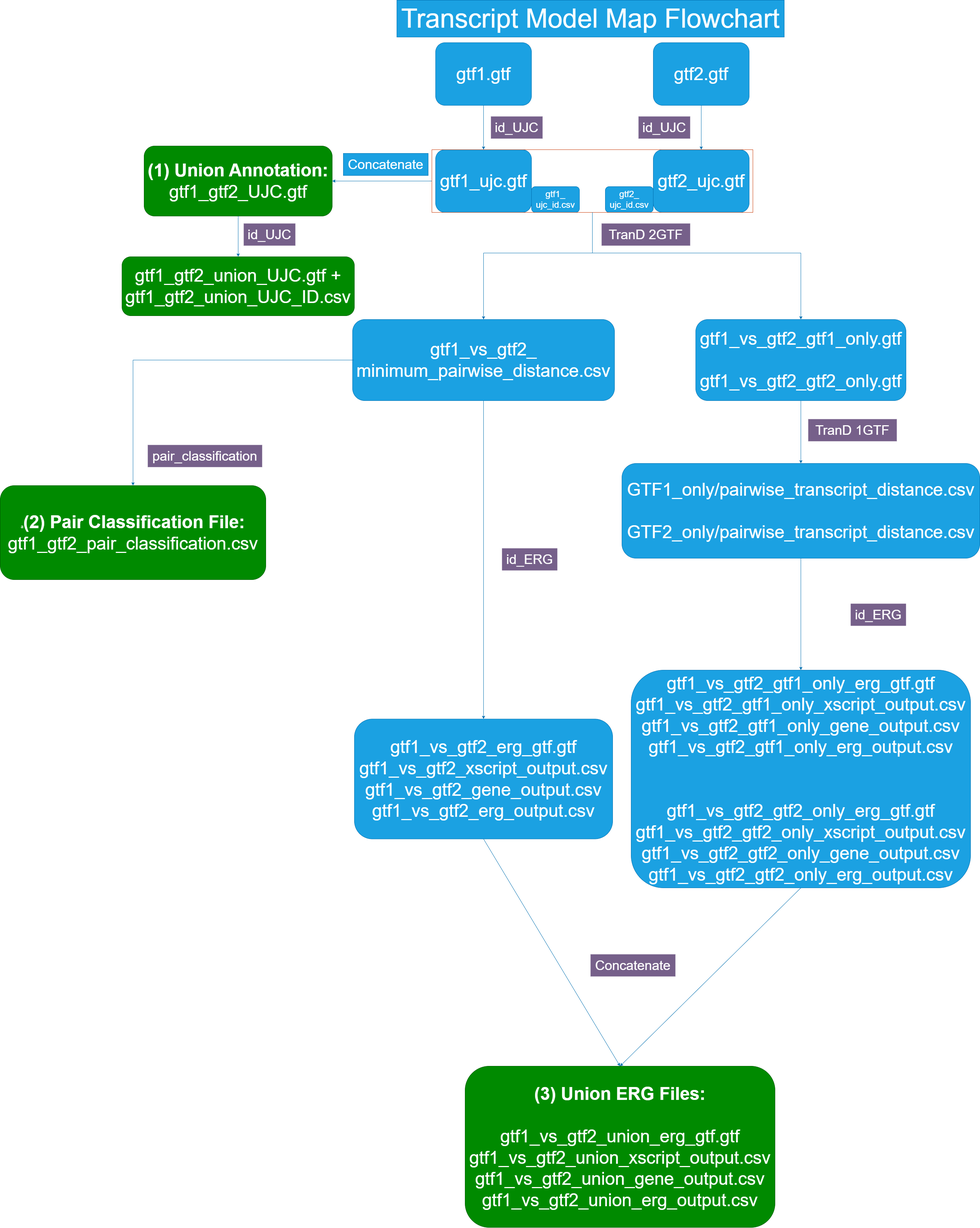
Above: docs/TMM_flowchart.png in McIntyre-Lab/TranD (draw.io), before the change. Source tidied: cells renumbered, new cells last; positions are measured from the earlier drawing's top-left corner, leaving out a move shared by most shapes.
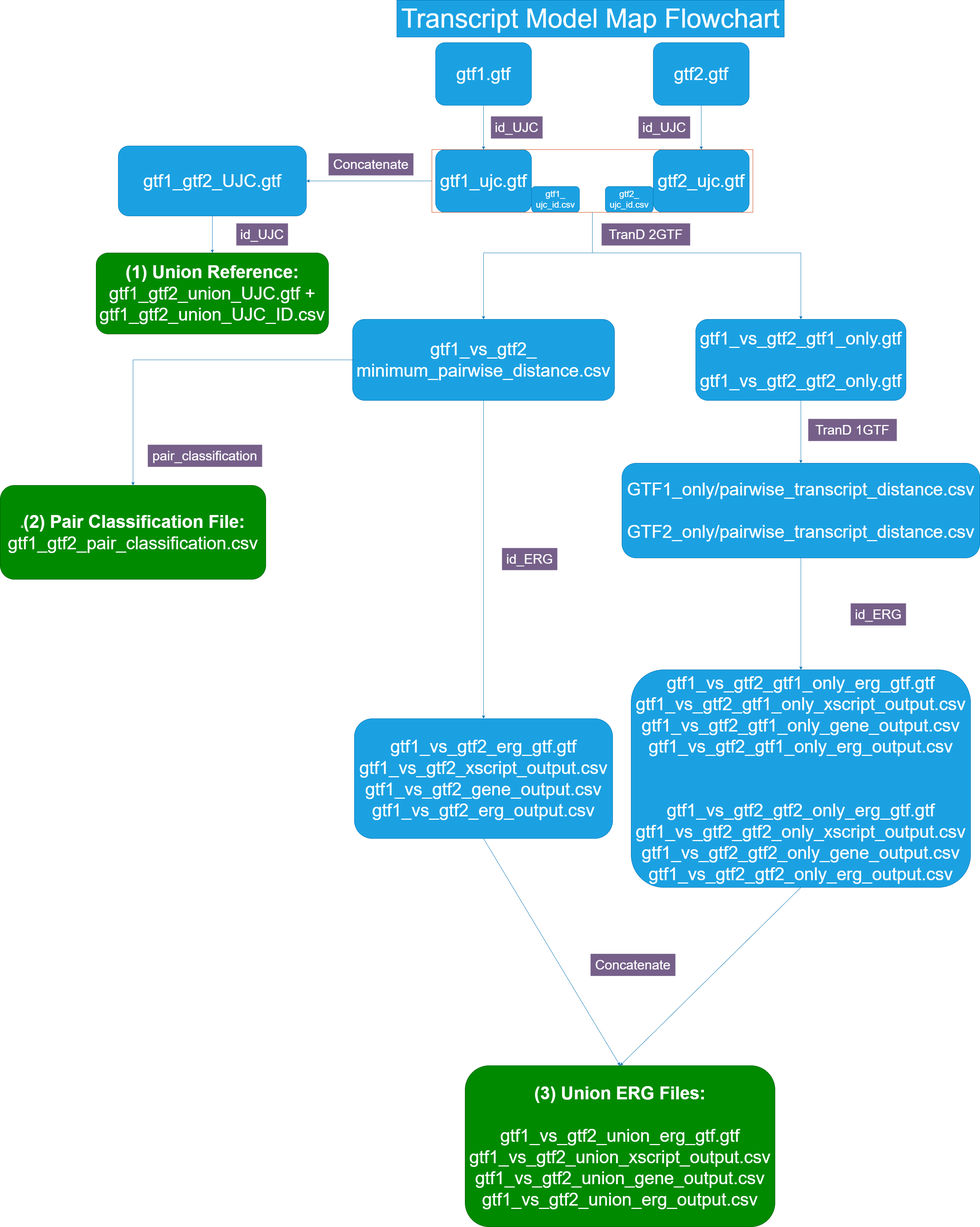
Later version of the same file.

Commit message:
update flowchart, change terminology from union_annotation to union_reference

Diff of the diagram source:
```diff
@@ -41,20 +41,20 @@
     <mxCell id="14" style="endArrow=classic;html=1;rounded=0;exitX=0;exitY=0.5;exitDx=0;exitDy=0;entryX=1;entryY=0.5;entryDx=0;entryDy=0;fillColor=#1ba1e2;strokeColor=#006EAF;" parent="1" edge="1" source="13" target="16">
       <mxGeometry relative="1" as="geometry" />
     </mxCell>
-    <mxCell id="15" value="&lt;font style=&quot;font-size: 36px;&quot;&gt;Concatenate&lt;br&gt;&lt;/font&gt;" style="text;html=1;strokeColor=#006EAF;fillColor=#1ba1e2;align=center;verticalAlign=middle;whiteSpace=wrap;rounded=0;fontColor=#ffffff;" parent="1" vertex="1">
-      <mxGeometry x="930" y="415" width="230" height="60" as="geometry" />
+    <mxCell id="15" value="&lt;font style=&quot;font-size: 36px;&quot;&gt;Concatenate&lt;br&gt;&lt;/font&gt;" style="text;html=1;strokeColor=none;fillColor=#76608a;align=center;verticalAlign=middle;whiteSpace=wrap;rounded=0;fontColor=#ffffff;" parent="1" vertex="1">
+      <mxGeometry x="890" y="415" width="230" height="60" as="geometry" />
     </mxCell>
-    <mxCell id="16" value="&lt;span style=&quot;font-size: 48px;&quot;&gt;&lt;b&gt;(1) Union Annotation:&lt;/b&gt;&lt;br&gt;gtf1_gtf2_UJC.gtf&lt;br&gt;&lt;/span&gt;" style="rounded=1;whiteSpace=wrap;html=1;fillColor=#008a00;strokeColor=#005700;fontColor=#ffffff;" parent="1" vertex="1">
-      <mxGeometry x="390" y="395" width="510" height="190" as="geometry" />
+    <mxCell id="16" value="&lt;span style=&quot;font-size: 48px;&quot;&gt;gtf1_gtf2_UJC.gtf&lt;br&gt;&lt;/span&gt;" style="rounded=1;whiteSpace=wrap;html=1;fillColor=#1ba1e2;strokeColor=#006EAF;fontColor=#ffffff;" parent="1" vertex="1">
+      <mxGeometry x="320" y="395" width="510" height="190" as="geometry" />
     </mxCell>
     <mxCell id="17" style="endArrow=classic;html=1;rounded=0;exitX=0.5;exitY=1;exitDx=0;exitDy=0;entryX=0.5;entryY=0;entryDx=0;entryDy=0;fillColor=#1ba1e2;strokeColor=#006EAF;" parent="1" edge="1" source="16" target="19">
       <mxGeometry relative="1" as="geometry" />
     </mxCell>
     <mxCell id="18" value="&lt;span style=&quot;font-size: 36px;&quot;&gt;id_UJC&lt;/span&gt;" style="text;html=1;strokeColor=none;fillColor=#76608a;align=center;verticalAlign=middle;whiteSpace=wrap;rounded=0;fontColor=#ffffff;" parent="1" vertex="1">
-      <mxGeometry x="660" y="605" width="140" height="60" as="geometry" />
+      <mxGeometry x="640" y="605" width="140" height="60" as="geometry" />
     </mxCell>
-    <mxCell id="19" value="&lt;font style=&quot;font-size: 48px;&quot;&gt;gtf1_gtf2_union_UJC.gtf +&lt;br&gt;gtf1_gtf2_union_UJC_ID.csv&lt;br&gt;&lt;/font&gt;" style="rounded=1;whiteSpace=wrap;html=1;fillColor=#008a00;strokeColor=#005700;fontColor=#ffffff;" parent="1" vertex="1">
-      <mxGeometry x="330" y="695" width="630" height="160" as="geometry" />
+    <mxCell id="19" value="&lt;font style=&quot;font-size: 48px;&quot;&gt;&lt;b&gt;(1) Union Reference:&lt;/b&gt;&lt;br&gt;gtf1_gtf2_union_UJC.gtf +&lt;br&gt;gtf1_gtf2_union_UJC_ID.csv&lt;br&gt;&lt;/font&gt;" style="rounded=1;whiteSpace=wrap;html=1;fillColor=#008a00;strokeColor=#005700;fontColor=#ffffff;" parent="1" vertex="1">
+      <mxGeometry x="260" y="685" width="630" height="220" as="geometry" />
     </mxCell>
     <mxCell id="20" style="endArrow=classic;html=1;rounded=0;exitX=0.5;exitY=1;exitDx=0;exitDy=0;entryX=0.5;entryY=0;entryDx=0;entryDy=0;fillColor=#1ba1e2;strokeColor=#006EAF;" parent="1" edge="1" source="13" target="23">
       <mxGeometry relative="1" as="geometry">
```
